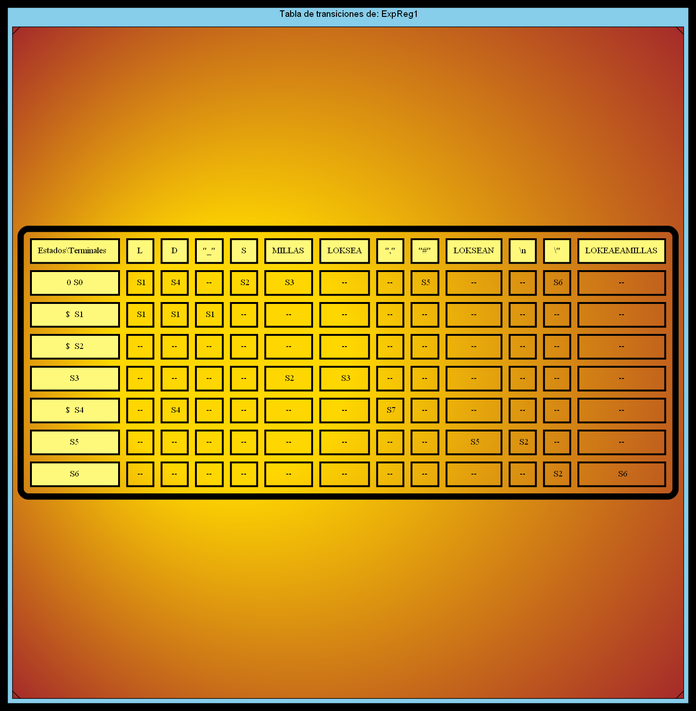
The Graphviz diagram TRANSICIONES_202000119/TransicionesExpReg1.png in SergieArizandieta/OLC1-P1-202000119, before a commit. Its source is kept beside it as TRANSICIONES_202000119/TransicionesExpReg1.dot.
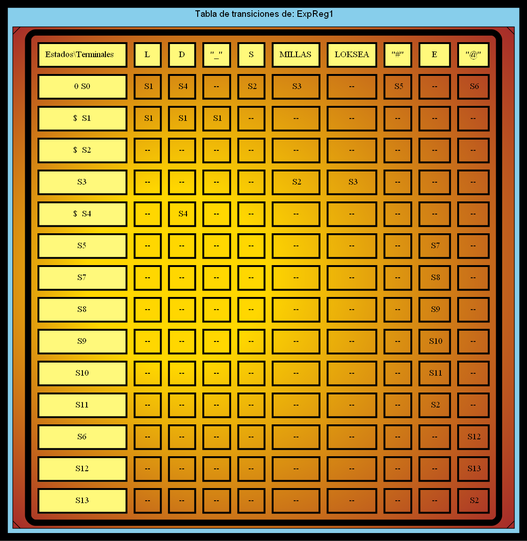
After the commit.

Diff of the diagram source:
```diff
@@ -14,12 +14,9 @@
       <TD border="3" bgcolor="#FFF97B">S</TD>
       <TD border="3" bgcolor="#FFF97B">MILLAS</TD>
       <TD border="3" bgcolor="#FFF97B">LOKSEA</TD>
-      <TD border="3" bgcolor="#FFF97B">","</TD>
       <TD border="3" bgcolor="#FFF97B">"#"</TD>
-      <TD border="3" bgcolor="#FFF97B">LOKSEAN</TD>
-      <TD border="3" bgcolor="#FFF97B">\n</TD>
-      <TD border="3" bgcolor="#FFF97B">\"</TD>
-      <TD border="3" bgcolor="#FFF97B">LOKEAEAMILLAS</TD>
+      <TD border="3" bgcolor="#FFF97B">E</TD>
+      <TD border="3" bgcolor="#FFF97B">"@"</TD>
   </TR>
   <TR>
       <TD border="3" bgcolor="#FFF97B">0 S0</TD>
@@ -29,12 +26,9 @@
       <TD border="3" > S2</TD>
       <TD border="3" > S3</TD>
       <TD border="3" > -- </TD>
-      <TD border="3" > -- </TD>
       <TD border="3" > S5</TD>
       <TD border="3" > -- </TD>
-      <TD border="3" > -- </TD>
       <TD border="3" > S6</TD>
-      <TD border="3" > -- </TD>
   </TR>
   <TR>
       <TD border="3" bgcolor="#FFF97B">$  S1</TD>
@@ -47,15 +41,9 @@
       <TD border="3" > -- </TD>
       <TD border="3" > -- </TD>
       <TD border="3" > -- </TD>
-      <TD border="3" > -- </TD>
-      <TD border="3" > -- </TD>
-      <TD border="3" > -- </TD>
   </TR>
   <TR>
       <TD border="3" bgcolor="#FFF97B">$  S2</TD>
-      <TD border="3" > -- </TD>
-      <TD border="3" > -- </TD>
-      <TD border="3" > -- </TD>
       <TD border="3" > -- </TD>
       <TD border="3" > -- </TD>
       <TD border="3" > -- </TD>
@@ -77,9 +65,6 @@
       <TD border="3" > -- </TD>
       <TD border="3" > -- </TD>
       <TD border="3" > -- </TD>
-      <TD border="3" > -- </TD>
-      <TD border="3" > -- </TD>
-      <TD border="3" > -- </TD>
   </TR>
   <TR>
       <TD border="3" bgcolor="#FFF97B">$  S4</TD>
@@ -87,9 +72,6 @@
       <TD border="3" > S4</TD>
       <TD border="3" > -- </TD>
       <TD border="3" > -- </TD>
-      <TD border="3" > -- </TD>
-      <TD border="3" > -- </TD>
-      <TD border="3" > S7</TD>
       <TD border="3" > -- </TD>
       <TD border="3" > -- </TD>
       <TD border="3" > -- </TD>
@@ -105,10 +87,67 @@
       <TD border="3" > -- </TD>
       <TD border="3" > -- </TD>
       <TD border="3" > -- </TD>
+      <TD border="3" > S7</TD>
       <TD border="3" > -- </TD>
-      <TD border="3" > S5</TD>
+  </TR>
+  <TR>
+      <TD border="3" bgcolor="#FFF97B">S7</TD>
+      <TD border="3" > -- </TD>
+      <TD border="3" > -- </TD>
+      <TD border="3" > -- </TD>
+      <TD border="3" > -- </TD>
+      <TD border="3" > -- </TD>
+      <TD border="3" > -- </TD>
+      <TD border="3" > -- </TD>
+      <TD border="3" > S8</TD>
+      <TD border="3" > -- </TD>
+  </TR>
+  <TR>
+      <TD border="3" bgcolor="#FFF97B">S8</TD>
+      <TD border="3" > -- </TD>
+      <TD border="3" > -- </TD>
+      <TD border="3" > -- </TD>
+      <TD border="3" > -- </TD>
+      <TD border="3" > -- </TD>
+      <TD border="3" > -- </TD>
+      <TD border="3" > -- </TD>
+      <TD border="3" > S9</TD>
+      <TD border="3" > -- </TD>
+  </TR>
+  <TR>
+      <TD border="3" bgcolor="#FFF97B">S9</TD>
+      <TD border="3" > -- </TD>
+      <TD border="3" > -- </TD>
+      <TD border="3" > -- </TD>
+      <TD border="3" > -- </TD>
+      <TD border="3" > -- </TD>
+      <TD border="3" > -- </TD>
+      <TD border="3" > -- </TD>
+      <TD border="3" > S10</TD>
+      <TD border="3" > -- </TD>
+  </TR>
+  <TR>
+      <TD border="3" bgcolor="#FFF97B">S10</TD>
+      <TD border="3" > -- </TD>
+      <TD border="3" > -- </TD>
+      <TD border="3" > -- </TD>
+      <TD border="3" > -- </TD>
+      <TD border="3" > -- </TD>
+      <TD border="3" > -- </TD>
+      <TD border="3" > -- </TD>
+      <TD border="3" > S11</TD>
+      <TD border="3" > -- </TD>
+  </TR>
+  <TR>
+      <TD border="3" bgcolor="#FFF97B">S11</TD>
+      <TD border="3" > -- </TD>
+      <TD border="3" > -- </TD>
+      <TD border="3" > -- </TD>
+      <TD border="3" > -- </TD>
+      <TD border="3" > -- </TD>
+      <TD border="3" > -- </TD>
+      <TD border="3" > -- </TD>
       <TD border="3" > S2</TD>
-      <TD border="3" > -- </TD>
       <TD border="3" > -- </TD>
   </TR>
   <TR>
@@ -121,10 +160,31 @@
       <TD border="3" > -- </TD>
       <TD border="3" > -- </TD>
       <TD border="3" > -- </TD>
+      <TD border="3" > S12</TD>
+  </TR>
+  <TR>
+      <TD border="3" bgcolor="#FFF97B">S12</TD>
+      <TD border="3" > -- </TD>
+      <TD border="3" > -- </TD>
+      <TD border="3" > -- </TD>
+      <TD border="3" > -- </TD>
+      <TD border="3" > -- </TD>
+      <TD border="3" > -- </TD>
+      <TD border="3" > -- </TD>
+      <TD border="3" > -- </TD>
+      <TD border="3" > S13</TD>
+  </TR>
+  <TR>
+      <TD border="3" bgcolor="#FFF97B">S13</TD>
+      <TD border="3" > -- </TD>
+      <TD border="3" > -- </TD>
+      <TD border="3" > -- </TD>
+      <TD border="3" > -- </TD>
+      <TD border="3" > -- </TD>
+      <TD border="3" > -- </TD>
       <TD border="3" > -- </TD>
       <TD border="3" > -- </TD>
       <TD border="3" > S2</TD>
-      <TD border="3" > S6</TD>
   </TR>
 
 </TABLE>>];}}
```
